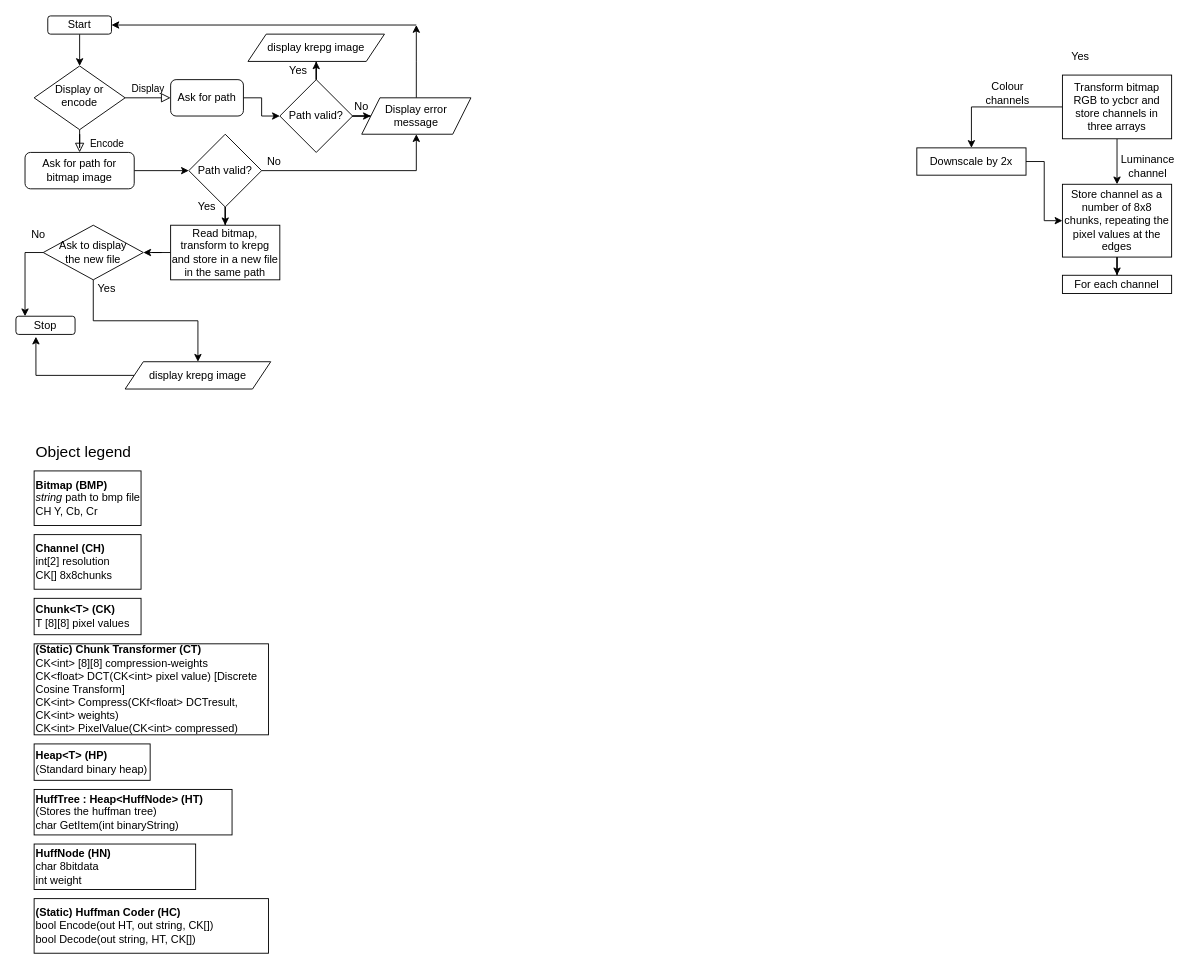
Above: Untitled Diagram.drawio in FluxO4/Sky-runner (draw.io), before the change. Source tidied: cells renumbered, new cells numbered last; positions are measured from the earlier drawing's top-left corner, leaving out a move shared by most shapes. Both pictures are drawn from the tidied source at 91%, with x=0, y=0 at pixel (15, 15).
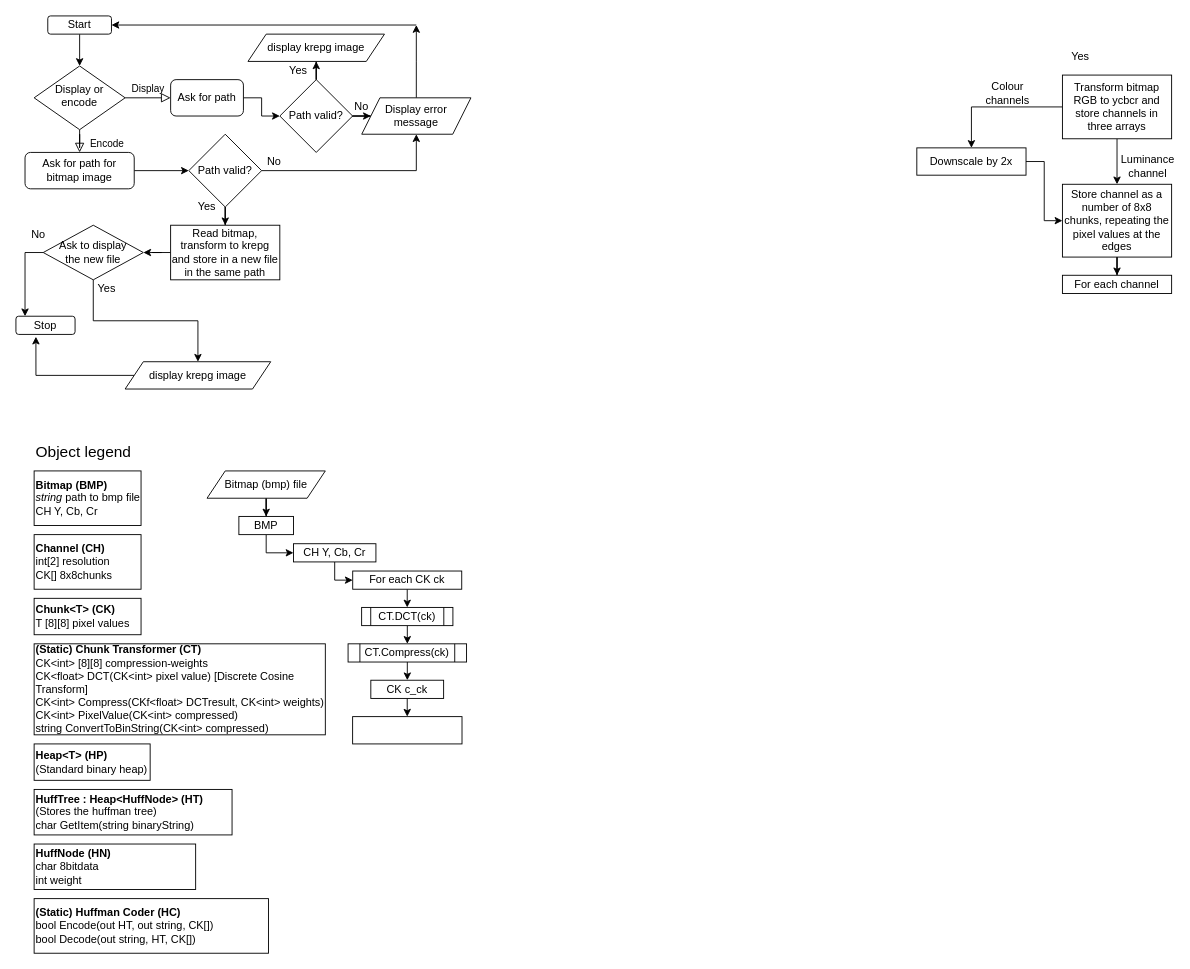
Above is the later version.

What changed in the source:
```diff
@@
-    <mxCell id="50" value="&lt;b&gt;(Static) Chunk Transformer (CT)&lt;/b&gt;&lt;br&gt;CK&amp;lt;int&amp;gt; [8][8] compression-weights&lt;br&gt;CK&amp;lt;float&amp;gt; DCT(CK&amp;lt;int&amp;gt; pixel value) [Discrete Cosine Transform]&lt;br&gt;CK&amp;lt;int&amp;gt; Compress(CKf&amp;lt;float&amp;gt; DCTresult, CK&amp;lt;int&amp;gt; weights)&lt;br&gt;CK&amp;lt;int&amp;gt; PixelValue(CK&amp;lt;int&amp;gt; compressed)" style="rounded=0;whiteSpace=wrap;html=1;align=left;" parent="1" vertex="1">
-      <mxGeometry x="20" y="690" width="257.5" height="100" as="geometry" />
+    <mxCell id="50" value="&lt;b&gt;(Static) Chunk Transformer (CT)&lt;/b&gt;&lt;br&gt;CK&amp;lt;int&amp;gt; [8][8] compression-weights&lt;br&gt;CK&amp;lt;float&amp;gt; DCT(CK&amp;lt;int&amp;gt; pixel value) [Discrete Cosine Transform]&lt;br&gt;CK&amp;lt;int&amp;gt; Compress(CKf&amp;lt;float&amp;gt; DCTresult, CK&amp;lt;int&amp;gt; weights)&lt;br&gt;CK&amp;lt;int&amp;gt; PixelValue(CK&amp;lt;int&amp;gt; compressed)&lt;br&gt;string ConvertToBinString(CK&amp;lt;int&amp;gt; compressed)" style="rounded=0;whiteSpace=wrap;html=1;align=left;" parent="1" vertex="1">
+      <mxGeometry x="20" y="690" width="320" height="100" as="geometry" />
     </mxCell>
@@
-    <mxCell id="52" value="&lt;b&gt;HuffTree : Heap&amp;lt;HuffNode&amp;gt; (HT)&lt;/b&gt;&lt;br&gt;(Stores the huffman tree)&lt;br&gt;char GetItem(int binaryString)" style="rounded=0;whiteSpace=wrap;html=1;align=left;" parent="1" vertex="1">
+    <mxCell id="52" value="&lt;b&gt;HuffTree : Heap&amp;lt;HuffNode&amp;gt; (HT)&lt;/b&gt;&lt;br&gt;(Stores the huffman tree)&lt;br&gt;char GetItem(string binaryString)" style="rounded=0;whiteSpace=wrap;html=1;align=left;" parent="1" vertex="1">
       <mxGeometry x="20" y="850" width="217.5" height="50" as="geometry" />
     </mxCell>
@@
+    <mxCell id="55" style="edgeStyle=orthogonalEdgeStyle;rounded=0;jettySize=auto;html=1;entryX=0.5;entryY=0;entryDx=0;entryDy=0;" parent="1" edge="1" source="56" target="58">
+      <mxGeometry relative="1" as="geometry" />
+    </mxCell>
+    <mxCell id="56" value="Bitmap (bmp) file" style="shape=parallelogram;perimeter=parallelogramPerimeter;whiteSpace=wrap;html=1;fixedSize=1;size=20;" parent="1" vertex="1">
+      <mxGeometry x="210" y="500" width="130" height="30" as="geometry" />
+    </mxCell>
+    <mxCell id="57" style="edgeStyle=orthogonalEdgeStyle;rounded=0;jettySize=auto;html=1;entryX=0;entryY=0.5;entryDx=0;entryDy=0;" parent="1" edge="1" source="58" target="60">
+      <mxGeometry relative="1" as="geometry" />
+    </mxCell>
+    <mxCell id="58" value="BMP" style="rounded=0;whiteSpace=wrap;html=1;" parent="1" vertex="1">
+      <mxGeometry x="245" y="550" width="60" height="20" as="geometry" />
+    </mxCell>
+    <mxCell id="59" style="edgeStyle=orthogonalEdgeStyle;rounded=0;jettySize=auto;html=1;entryX=0;entryY=0.5;entryDx=0;entryDy=0;" parent="1" edge="1" source="60" target="62">
+      <mxGeometry relative="1" as="geometry" />
+    </mxCell>
+    <mxCell id="60" value="CH Y, Cb, Cr" style="whiteSpace=wrap;html=1;rounded=0;" parent="1" vertex="1">
+      <mxGeometry x="305" y="580" width="90.6" height="20" as="geometry" />
+    </mxCell>
+    <mxCell id="61" style="edgeStyle=orthogonalEdgeStyle;rounded=0;jettySize=auto;html=1;entryX=0.5;entryY=0;entryDx=0;entryDy=0;" parent="1" edge="1" source="62" target="64">
+      <mxGeometry relative="1" as="geometry" />
+    </mxCell>
+    <mxCell id="62" value="For each CK ck" style="whiteSpace=wrap;html=1;rounded=0;" parent="1" vertex="1">
+      <mxGeometry x="370.1" y="610" width="119.8" height="20" as="geometry" />
+    </mxCell>
+    <mxCell id="63" style="edgeStyle=orthogonalEdgeStyle;rounded=0;jettySize=auto;html=1;" parent="1" edge="1" source="64" target="66">
+      <mxGeometry relative="1" as="geometry" />
+    </mxCell>
+    <mxCell id="64" value="CT.DCT(ck)" style="shape=process;whiteSpace=wrap;html=1;backgroundOutline=1;rounded=0;" parent="1" vertex="1">
+      <mxGeometry x="379.9" y="650" width="100.3" height="20" as="geometry" />
+    </mxCell>
+    <mxCell id="65" style="edgeStyle=orthogonalEdgeStyle;rounded=0;jettySize=auto;html=1;entryX=0.5;entryY=0;entryDx=0;entryDy=0;" parent="1" edge="1" source="66">
+      <mxGeometry relative="1" as="geometry">
+        <mxPoint x="430.1" y="730" as="targetPoint" />
+      </mxGeometry>
+    </mxCell>
+    <mxCell id="66" value="CT.Compress(ck)" style="shape=process;whiteSpace=wrap;html=1;backgroundOutline=1;rounded=0;" parent="1" vertex="1">
+      <mxGeometry x="365" y="690" width="130.2" height="20" as="geometry" />
+    </mxCell>
+    <mxCell id="67" style="edgeStyle=orthogonalEdgeStyle;rounded=0;jettySize=auto;html=1;" parent="1" edge="1" source="68" target="69">
+      <mxGeometry relative="1" as="geometry" />
+    </mxCell>
+    <mxCell id="68" value="CK c_ck" style="rounded=0;whiteSpace=wrap;html=1;" parent="1" vertex="1">
+      <mxGeometry x="390" y="730" width="80" height="20" as="geometry" />
+    </mxCell>
+    <mxCell id="69" style="whiteSpace=wrap;html=1;rounded=0;" parent="1" vertex="1">
+      <mxGeometry x="370" y="770" width="120.2" height="30" as="geometry" />
+    </mxCell>
```
